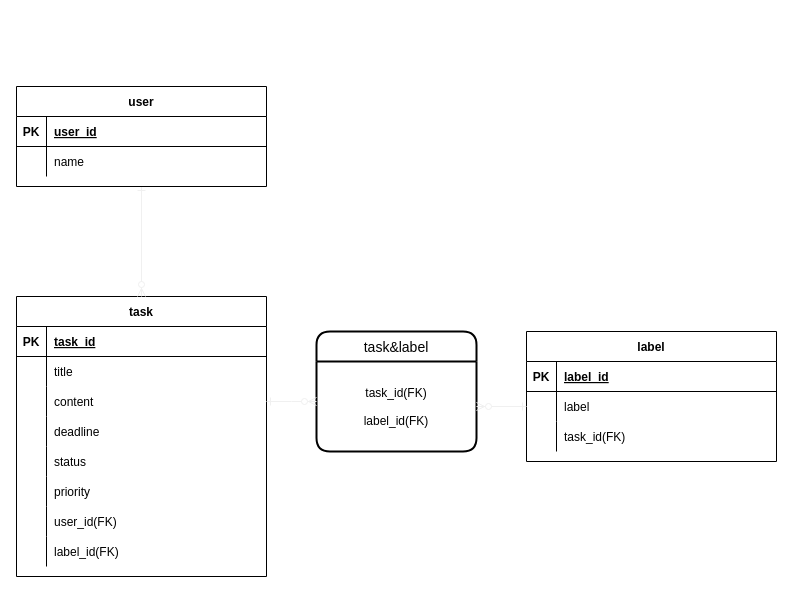
Above: 万葉step1.drawio in shimta020/DIC_manyou (draw.io), before the change. Source tidied: cells renumbered, new cells numbered last; positions are measured from the earlier drawing's top-left corner, leaving out a move shared by most shapes. Both pictures are drawn from the tidied source at 100%, with x=0, y=0 at pixel (16, 86).
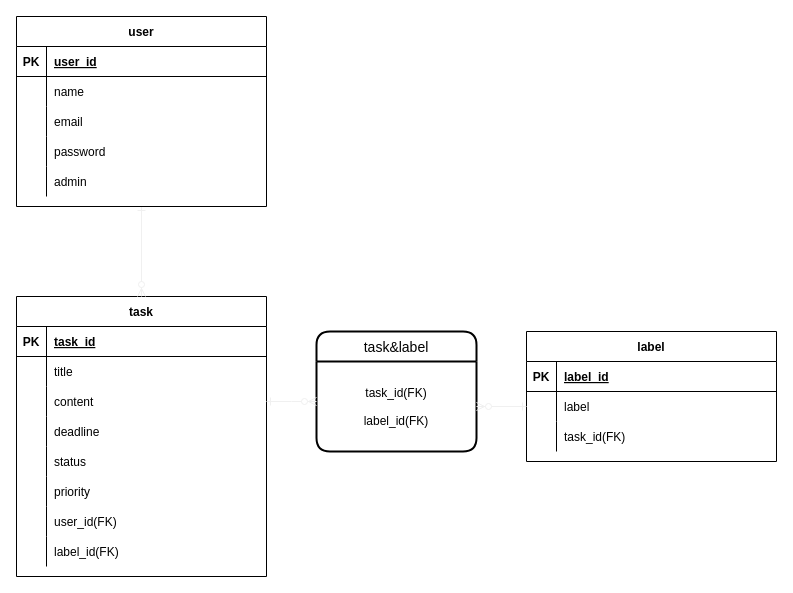
Above is the later version.

What changed in the source:
```diff
@@
     <mxCell id="38" value="user" style="shape=table;startSize=30;childLayout=tableLayout;rowLines=0;fontStyle=1;align=center;" parent="1" vertex="1">
-      <mxGeometry width="250" height="100" as="geometry" />
+      <mxGeometry y="-70" width="250" height="190" as="geometry" />
     </mxCell>
@@
+    <mxCell id="49" style="shape=partialRectangle;fillColor=none;top=0;left=0;right=0;bottom=0;" parent="38" vertex="1">
+      <mxGeometry y="90" width="250" height="30" as="geometry" />
+    </mxCell>
+    <mxCell id="50" style="shape=partialRectangle;overflow=hidden;fillColor=none;top=0;left=0;bottom=0;right=0;" parent="49" vertex="1">
+      <mxGeometry width="30" height="30" as="geometry" />
+    </mxCell>
+    <mxCell id="51" value="email" style="shape=partialRectangle;overflow=hidden;fillColor=none;top=0;left=0;bottom=0;right=0;align=left;spacingLeft=6;" parent="49" vertex="1">
+      <mxGeometry x="30" width="220" height="30" as="geometry" />
+    </mxCell>
+    <mxCell id="52" style="shape=partialRectangle;fillColor=none;top=0;left=0;right=0;bottom=0;" parent="38" vertex="1">
+      <mxGeometry y="120" width="250" height="30" as="geometry" />
+    </mxCell>
+    <mxCell id="53" style="shape=partialRectangle;overflow=hidden;fillColor=none;top=0;left=0;bottom=0;right=0;" parent="52" vertex="1">
+      <mxGeometry width="30" height="30" as="geometry" />
+    </mxCell>
+    <mxCell id="54" value="password" style="shape=partialRectangle;overflow=hidden;fillColor=none;top=0;left=0;bottom=0;right=0;align=left;spacingLeft=6;" parent="52" vertex="1">
+      <mxGeometry x="30" width="220" height="30" as="geometry" />
+    </mxCell>
+    <mxCell id="55" style="shape=partialRectangle;fillColor=none;top=0;left=0;right=0;bottom=0;" parent="38" vertex="1">
+      <mxGeometry y="150" width="250" height="30" as="geometry" />
+    </mxCell>
+    <mxCell id="56" style="shape=partialRectangle;overflow=hidden;fillColor=none;top=0;left=0;bottom=0;right=0;" parent="55" vertex="1">
+      <mxGeometry width="30" height="30" as="geometry" />
+    </mxCell>
+    <mxCell id="57" value="admin" style="shape=partialRectangle;overflow=hidden;fillColor=none;top=0;left=0;bottom=0;right=0;align=left;spacingLeft=6;" parent="55" vertex="1">
+      <mxGeometry x="30" width="220" height="30" as="geometry" />
+    </mxCell>
```
